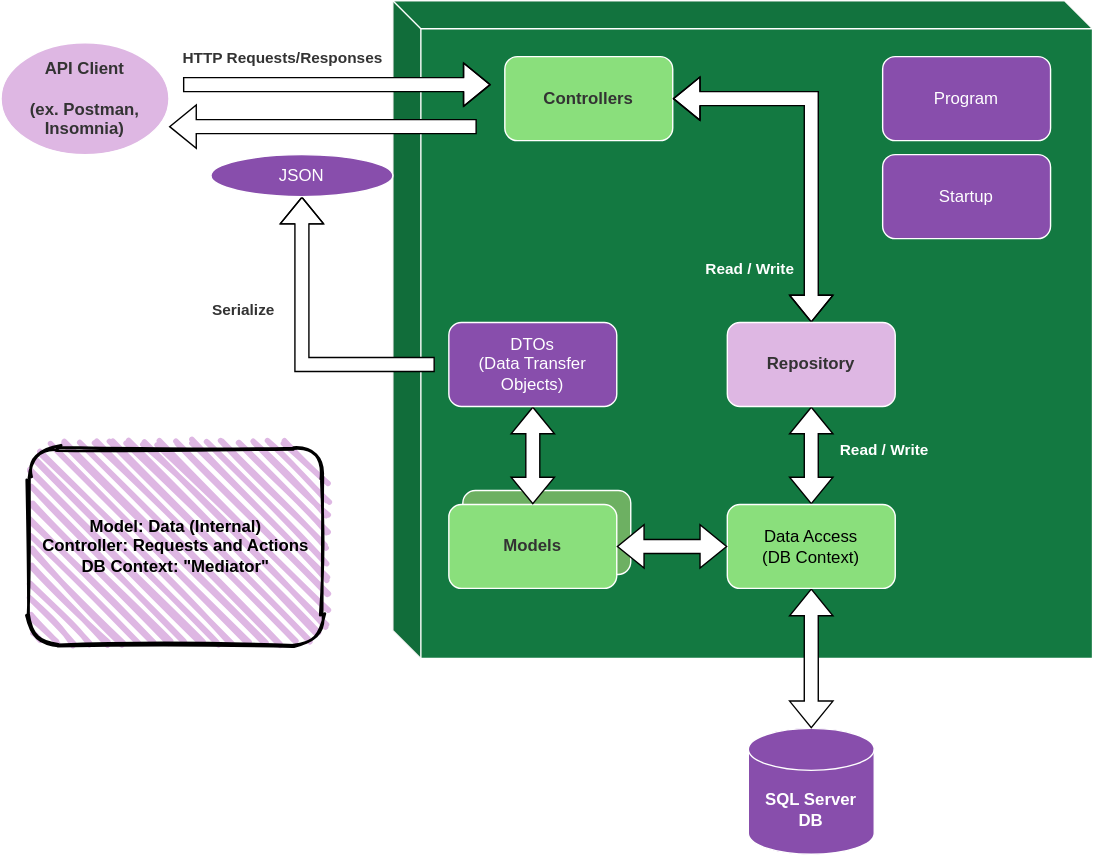
BernardoSlailati/dotnetcore keeps this draw.io diagram as Commander/assets/project_description.svg. Above is the earlier version. Source tidied: cells renumbered, new cells last; positions are measured from the earlier drawing's top-left corner, leaving out a move shared by most shapes. Its diagram source:
```xml
<mxGraphModel>
  <root>
    <mxCell id="0" />
    <mxCell id="1" parent="0" />
    <mxCell id="2" value="&quot;-'" style="shape=cube;whiteSpace=wrap;html=1;boundedLbl=1;backgroundOutline=1;darkOpacity=0.05;darkOpacity2=0.1;strokeColor=#FFFFFF;fillColor=#137941;" parent="1" vertex="1">
      <mxGeometry x="280" width="500" height="470" as="geometry" />
    </mxCell>
    <mxCell id="3" style="edgeStyle=orthogonalEdgeStyle;rounded=0;orthogonalLoop=1;jettySize=auto;html=1;shape=flexArrow;fillColor=#ffffff;" parent="1" edge="1">
      <mxGeometry relative="1" as="geometry">
        <mxPoint x="130" y="60" as="sourcePoint" />
        <mxPoint x="350" y="60" as="targetPoint" />
        <Array as="points">
          <mxPoint x="210" y="60" />
          <mxPoint x="210" y="60" />
        </Array>
      </mxGeometry>
    </mxCell>
    <mxCell id="4" value="&lt;font color=&quot;#333333&quot;&gt;&lt;b&gt;HTTP Requests/Responses&lt;/b&gt;&lt;/font&gt;" style="edgeLabel;html=1;align=center;verticalAlign=middle;" parent="3" vertex="1">
      <mxGeometry x="-0.2" y="-1" relative="1" as="geometry">
        <mxPoint x="-17.5" y="-21" as="offset" />
      </mxGeometry>
    </mxCell>
    <mxCell id="5" value="&lt;font color=&quot;#333333&quot;&gt;&lt;b&gt;API Client&lt;br&gt;&lt;br&gt;(ex. Postman, Insomnia)&lt;br&gt;&lt;/b&gt;&lt;/font&gt;" style="ellipse;whiteSpace=wrap;html=1;strokeColor=#FFFFFF;fillColor=#DEB7E3;" parent="1" vertex="1">
      <mxGeometry y="30" width="120" height="80" as="geometry" />
    </mxCell>
    <mxCell id="6" style="edgeStyle=orthogonalEdgeStyle;rounded=0;orthogonalLoop=1;jettySize=auto;html=1;shape=flexArrow;fillColor=#ffffff;" parent="1" edge="1">
      <mxGeometry relative="1" as="geometry">
        <mxPoint x="340" y="90" as="sourcePoint" />
        <mxPoint x="120" y="90" as="targetPoint" />
      </mxGeometry>
    </mxCell>
    <mxCell id="7" value="&lt;b&gt;&lt;font color=&quot;#333333&quot;&gt;Controllers&lt;/font&gt;&lt;/b&gt;" style="rounded=1;whiteSpace=wrap;html=1;strokeColor=#FFFFFF;fillColor=#8ADF7C;" parent="1" vertex="1">
      <mxGeometry x="360" y="40" width="120" height="60" as="geometry" />
    </mxCell>
    <mxCell id="8" value="&lt;b&gt;&lt;font color=&quot;#ffffff&quot;&gt;SQL Server&lt;br&gt;DB&lt;br&gt;&lt;/font&gt;&lt;/b&gt;" style="shape=cylinder3;whiteSpace=wrap;html=1;boundedLbl=1;backgroundOutline=1;size=15;strokeColor=#FFFFFF;fillColor=#884EAC;" parent="1" vertex="1">
      <mxGeometry x="534" y="520" width="90" height="90" as="geometry" />
    </mxCell>
    <mxCell id="9" style="edgeStyle=orthogonalEdgeStyle;shape=flexArrow;rounded=0;jettySize=auto;html=1;fillColor=#ffffff;startArrow=block;" parent="1" edge="1" source="12" target="19">
      <mxGeometry relative="1" as="geometry" />
    </mxCell>
    <mxCell id="10" style="edgeStyle=orthogonalEdgeStyle;shape=flexArrow;rounded=0;jettySize=auto;html=1;fillColor=#ffffff;startArrow=block;" parent="1" edge="1" source="7" target="12">
      <mxGeometry relative="1" as="geometry" />
    </mxCell>
    <mxCell id="11" value="&lt;b&gt;&lt;font color=&quot;#ffffff&quot;&gt;Read / Write&lt;/font&gt;&lt;/b&gt;" style="edgeLabel;html=1;align=center;verticalAlign=middle;labelBackgroundColor=none;" parent="10" vertex="1">
      <mxGeometry x="0.6" y="1" relative="1" as="geometry">
        <mxPoint x="-46" y="12" as="offset" />
      </mxGeometry>
    </mxCell>
    <mxCell id="12" value="&lt;font color=&quot;#333333&quot;&gt;&lt;b&gt;Repository&lt;/b&gt;&lt;/font&gt;" style="rounded=1;whiteSpace=wrap;html=1;strokeColor=#FFFFFF;fillColor=#DEB7E3;" parent="1" vertex="1">
      <mxGeometry x="519" y="230" width="120" height="60" as="geometry" />
    </mxCell>
    <mxCell id="13" style="group;" parent="1" vertex="1">
      <mxGeometry x="320" y="350" width="130" height="70" as="geometry" />
    </mxCell>
    <mxCell id="14" style="rounded=1;whiteSpace=wrap;html=1;strokeColor=#FFFFFF;fillColor=#6DB062;" parent="13" vertex="1">
      <mxGeometry x="10" width="120" height="60" as="geometry" />
    </mxCell>
    <mxCell id="15" value="&lt;font color=&quot;#333333&quot;&gt;&lt;b&gt;Models&lt;/b&gt;&lt;/font&gt;" style="rounded=1;whiteSpace=wrap;html=1;strokeColor=#FFFFFF;fillColor=#8ADF7C;" parent="13" vertex="1">
      <mxGeometry y="10" width="120" height="60" as="geometry" />
    </mxCell>
    <mxCell id="16" value="&lt;font color=&quot;#ffffff&quot;&gt;Program&lt;/font&gt;" style="rounded=1;whiteSpace=wrap;html=1;strokeColor=#FFFFFF;fillColor=#884EAC;" parent="1" vertex="1">
      <mxGeometry x="630" y="40" width="120" height="60" as="geometry" />
    </mxCell>
    <mxCell id="17" value="&lt;font color=&quot;#ffffff&quot;&gt;Startup&lt;/font&gt;" style="rounded=1;whiteSpace=wrap;html=1;strokeColor=#FFFFFF;fillColor=#884EAC;" parent="1" vertex="1">
      <mxGeometry x="630" y="110" width="120" height="60" as="geometry" />
    </mxCell>
    <mxCell id="18" style="edgeStyle=orthogonalEdgeStyle;shape=flexArrow;rounded=0;jettySize=auto;html=1;entryX=0.5;entryY=0;entryDx=0;entryDy=0;entryPerimeter=0;fillColor=#ffffff;startArrow=block;" parent="1" edge="1" source="19" target="8">
      <mxGeometry relative="1" as="geometry" />
    </mxCell>
    <mxCell id="19" value="Data Access&lt;br&gt;(DB Context)" style="rounded=1;whiteSpace=wrap;html=1;strokeColor=#FFFFFF;fillColor=#8ADF7C;" parent="1" vertex="1">
      <mxGeometry x="519" y="360" width="120" height="60" as="geometry" />
    </mxCell>
    <mxCell id="20" style="edgeStyle=orthogonalEdgeStyle;shape=flexArrow;rounded=0;jettySize=auto;html=1;entryX=0;entryY=0.5;entryDx=0;entryDy=0;fillColor=#ffffff;startArrow=block;" parent="1" edge="1" source="15" target="19">
      <mxGeometry relative="1" as="geometry" />
    </mxCell>
    <mxCell id="21" value="&lt;b&gt;&lt;font&gt;Read / Write&lt;/font&gt;&lt;/b&gt;" style="edgeLabel;html=1;align=center;verticalAlign=middle;labelBackgroundColor=none;fontColor=#FFFFFF;" parent="1" vertex="1">
      <mxGeometry x="630" y="320" as="geometry" />
    </mxCell>
    <mxCell id="22" style="edgeStyle=orthogonalEdgeStyle;shape=flexArrow;rounded=0;jettySize=auto;html=1;entryX=0.5;entryY=0;entryDx=0;entryDy=0;startArrow=block;fillColor=#ffffff;" parent="1" edge="1" source="24" target="15">
      <mxGeometry relative="1" as="geometry" />
    </mxCell>
    <mxCell id="23" style="edgeStyle=orthogonalEdgeStyle;shape=flexArrow;rounded=0;jettySize=auto;html=1;entryX=0.5;entryY=1;entryDx=0;entryDy=0;startArrow=none;fillColor=#ffffff;startFill=0;" parent="1" edge="1" target="25">
      <mxGeometry relative="1" as="geometry">
        <mxPoint x="310" y="260" as="sourcePoint" />
      </mxGeometry>
    </mxCell>
    <mxCell id="24" value="&lt;font color=&quot;#ffffff&quot;&gt;DTOs&lt;br&gt;(Data Transfer Objects)&lt;/font&gt;" style="rounded=1;whiteSpace=wrap;html=1;strokeColor=#FFFFFF;fillColor=#884EAC;" parent="1" vertex="1">
      <mxGeometry x="320" y="230" width="120" height="60" as="geometry" />
    </mxCell>
    <mxCell id="25" value="&lt;font color=&quot;#ffffff&quot;&gt;JSON&lt;/font&gt;" style="ellipse;whiteSpace=wrap;html=1;strokeColor=#FFFFFF;fillColor=#884EAC;" parent="1" vertex="1">
      <mxGeometry x="150" y="110" width="130" height="30" as="geometry" />
    </mxCell>
    <mxCell id="26" value="&lt;b&gt;&lt;font color=&quot;#333333&quot;&gt;Serialize&lt;/font&gt;&lt;/b&gt;" style="edgeLabel;html=1;align=center;verticalAlign=middle;" parent="1" vertex="1">
      <mxGeometry x="190" y="220" as="geometry">
        <mxPoint x="-18" as="offset" />
      </mxGeometry>
    </mxCell>
    <mxCell id="27" value="&lt;font color=&quot;#000000&quot;&gt;&lt;b&gt;Model: Data (Internal)&lt;br&gt;Controller: Requests and Actions&lt;br&gt;DB Context: &quot;Mediator&quot;&lt;/b&gt;&lt;/font&gt;" style="rounded=1;whiteSpace=wrap;html=1;strokeWidth=2;fillWeight=4;hachureGap=8;hachureAngle=45;sketch=1;labelBackgroundColor=none;fontColor=#FFFFFF;fillColor=#DEB7E3;" parent="1" vertex="1">
      <mxGeometry x="20" y="320" width="210" height="140" as="geometry" />
    </mxCell>
  </root>
</mxGraphModel>
```
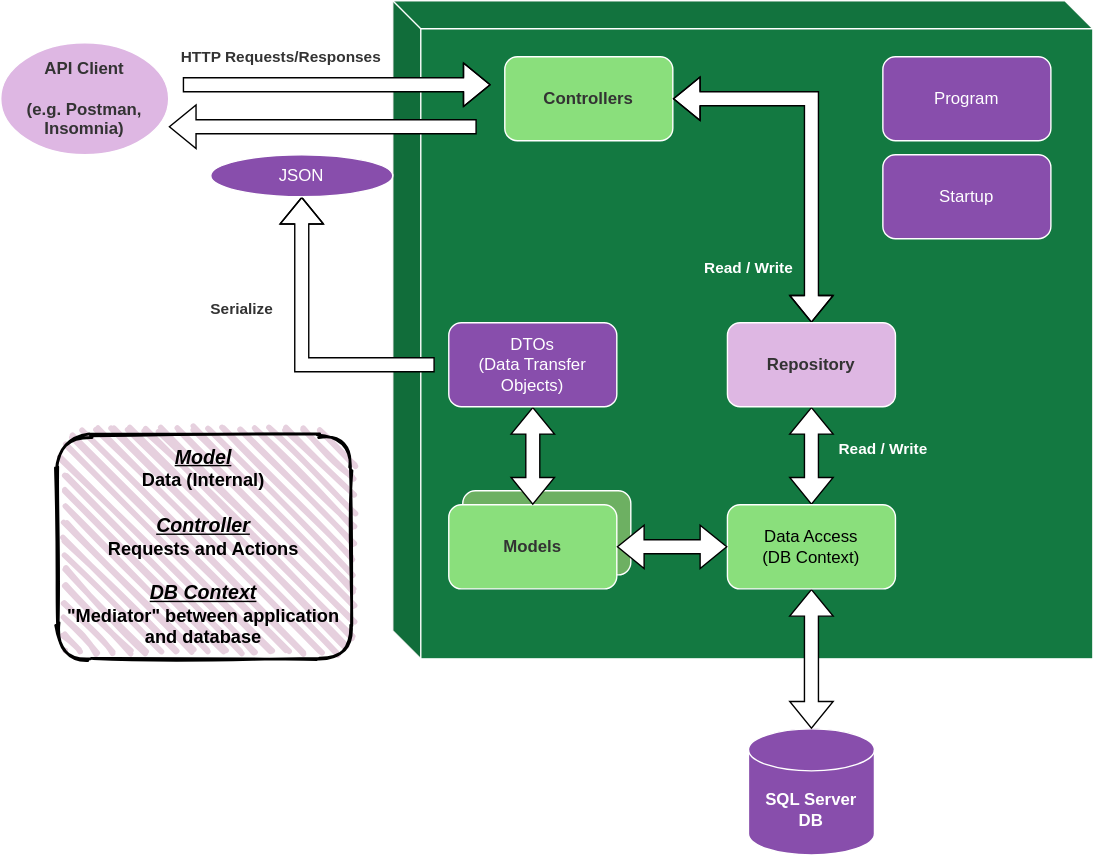
After the commit.

Change to the diagram source:
```diff
@@ -20,7 +20,7 @@
         <mxPoint x="-17.5" y="-21" as="offset" />
       </mxGeometry>
     </mxCell>
-    <mxCell id="5" value="&lt;font color=&quot;#333333&quot;&gt;&lt;b&gt;API Client&lt;br&gt;&lt;br&gt;(ex. Postman, Insomnia)&lt;br&gt;&lt;/b&gt;&lt;/font&gt;" style="ellipse;whiteSpace=wrap;html=1;strokeColor=#FFFFFF;fillColor=#DEB7E3;" parent="1" vertex="1">
+    <mxCell id="5" value="&lt;font color=&quot;#333333&quot;&gt;&lt;b&gt;API Client&lt;br&gt;&lt;br&gt;(e.g. Postman, Insomnia)&lt;br&gt;&lt;/b&gt;&lt;/font&gt;" style="ellipse;whiteSpace=wrap;html=1;strokeColor=#FFFFFF;fillColor=#DEB7E3;" parent="1" vertex="1">
       <mxGeometry y="30" width="120" height="80" as="geometry" />
     </mxCell>
     <mxCell id="6" style="edgeStyle=orthogonalEdgeStyle;rounded=0;orthogonalLoop=1;jettySize=auto;html=1;shape=flexArrow;fillColor=#ffffff;" parent="1" edge="1">
@@ -95,8 +95,8 @@
         <mxPoint x="-18" as="offset" />
       </mxGeometry>
     </mxCell>
-    <mxCell id="27" value="&lt;font color=&quot;#000000&quot;&gt;&lt;b&gt;Model: Data (Internal)&lt;br&gt;Controller: Requests and Actions&lt;br&gt;DB Context: &quot;Mediator&quot;&lt;/b&gt;&lt;/font&gt;" style="rounded=1;whiteSpace=wrap;html=1;strokeWidth=2;fillWeight=4;hachureGap=8;hachureAngle=45;sketch=1;labelBackgroundColor=none;fontColor=#FFFFFF;fillColor=#DEB7E3;" parent="1" vertex="1">
-      <mxGeometry x="20" y="320" width="210" height="140" as="geometry" />
+    <mxCell id="27" value="&lt;font color=&quot;#000000&quot;&gt;&lt;b&gt;&lt;font style=&quot;font-size: 14px&quot;&gt;&lt;i&gt;&lt;u&gt;Model&lt;br&gt;&lt;/u&gt;&lt;/i&gt;&lt;/font&gt;&lt;/b&gt;&lt;/font&gt;&lt;b style=&quot;color: rgb(0 , 0 , 0)&quot;&gt;&lt;span style=&quot;font-size: 13px&quot;&gt;Data (Internal)&lt;/span&gt;&lt;/b&gt;&lt;br&gt;&lt;font color=&quot;#000000&quot;&gt;&lt;b&gt;&lt;font style=&quot;font-size: 14px&quot;&gt;&lt;br&gt;&lt;/font&gt;&lt;/b&gt;&lt;/font&gt;&lt;font color=&quot;#000000&quot;&gt;&lt;b&gt;&lt;font style=&quot;font-size: 14px&quot;&gt;&lt;i&gt;&lt;u&gt;Controller&lt;br&gt;&lt;/u&gt;&lt;/i&gt;&lt;/font&gt;&lt;/b&gt;&lt;/font&gt;&lt;font color=&quot;#000000&quot;&gt;&lt;b&gt;&lt;span style=&quot;font-size: 13px&quot;&gt;Requests and Actions&lt;/span&gt;&lt;/b&gt;&lt;/font&gt;&lt;blockquote style=&quot;margin: 0 0 0 40px ; border: none ; padding: 0px&quot;&gt;&lt;/blockquote&gt;&lt;font color=&quot;#000000&quot;&gt;&lt;span style=&quot;font-size: 13px&quot;&gt;&lt;b&gt;&lt;br&gt;&lt;/b&gt;&lt;/span&gt;&lt;/font&gt;&lt;font color=&quot;#000000&quot;&gt;&lt;b&gt;&lt;span style=&quot;font-size: 13px&quot;&gt;&lt;div&gt;&lt;b style=&quot;font-size: 12px&quot;&gt;&lt;font style=&quot;font-size: 14px&quot;&gt;&lt;i&gt;&lt;u&gt;DB Context&lt;/u&gt;&lt;/i&gt;&lt;/font&gt;&lt;/b&gt;&lt;/div&gt;&lt;/span&gt;&lt;/b&gt;&lt;/font&gt;&lt;font color=&quot;#000000&quot;&gt;&lt;b&gt;&lt;span style=&quot;font-size: 13px&quot;&gt;&quot;Mediator&quot; between application and database&lt;/span&gt;&lt;/b&gt;&lt;/font&gt;" style="rounded=1;whiteSpace=wrap;html=1;strokeWidth=2;fillWeight=4;hachureGap=8;hachureAngle=45;sketch=1;labelBackgroundColor=none;fontColor=#FFFFFF;align=center;fillColor=#E6D0DE;" parent="1" vertex="1">
+      <mxGeometry x="40" y="310" width="210" height="160" as="geometry" />
     </mxCell>
   </root>
 </mxGraphModel>
```
